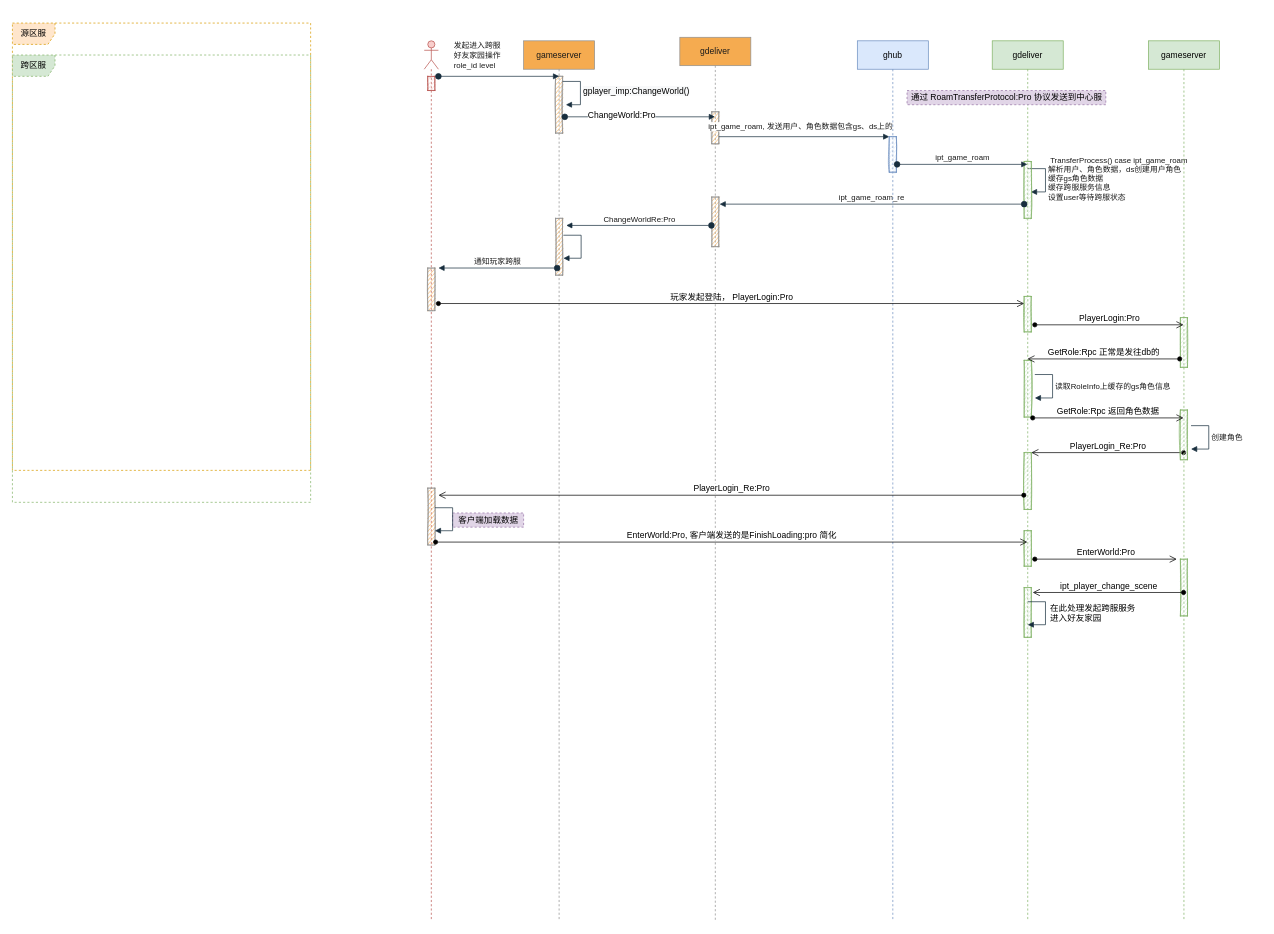
Above: page "家园跨服流程" (13 of 13) of i-server.drawio in hsoul/lqua (draw.io), before the change. Source tidied: cells renumbered, new cells numbered last; positions are measured from the earlier drawing's top-left corner, leaving out a move shared by most shapes. Both pictures are drawn from the tidied source at 71%, with x=0, y=0 at pixel (12, 23).
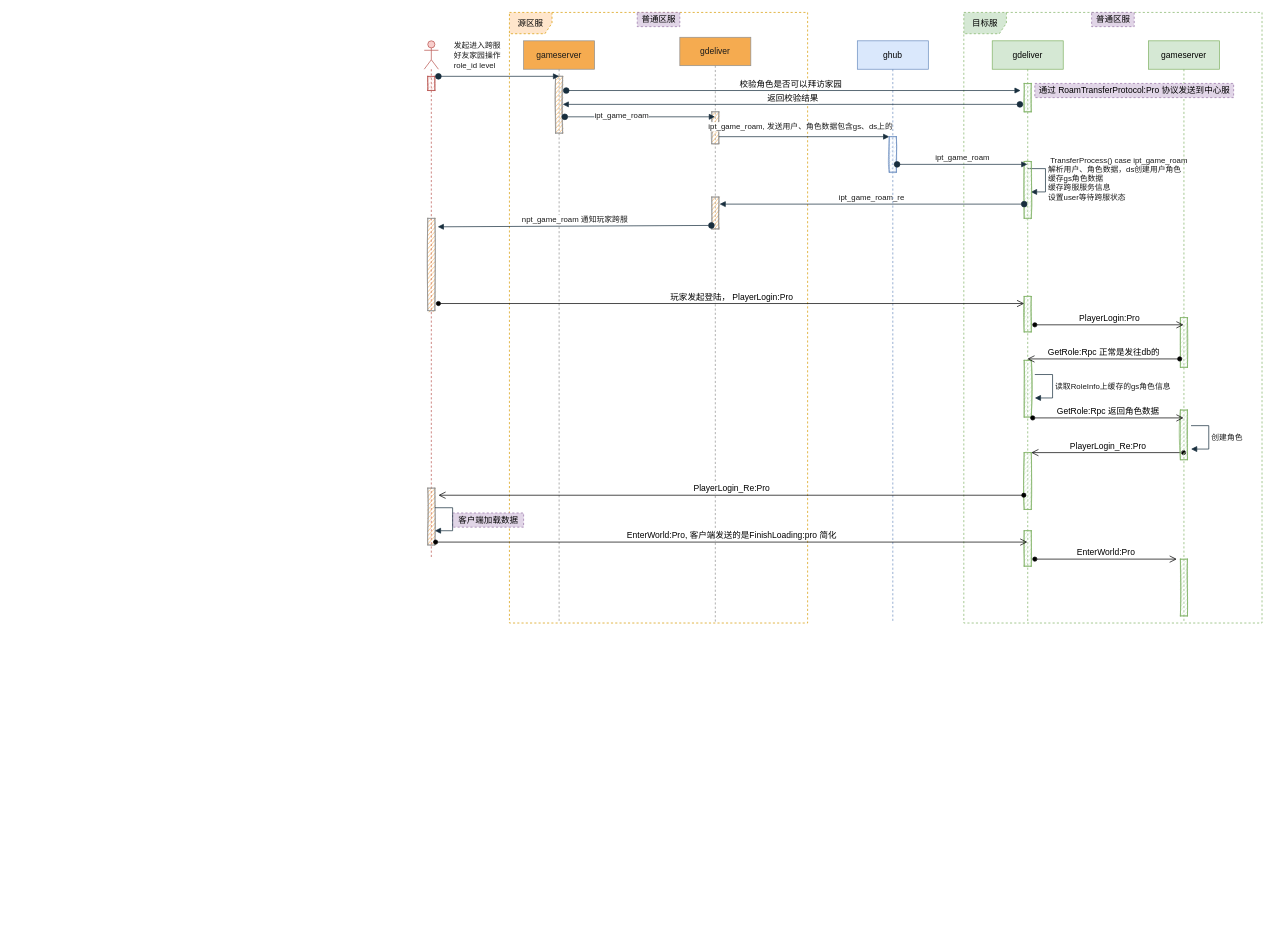
The same diagram, later.

Unchanged cells that the change refers to:
```xml
<mxCell id="37" style="html=1;verticalAlign=bottom;startArrow=oval;startFill=1;endArrow=block;startSize=8;strokeColor=#182E3E;fontColor=#1A1A1A;exitX=1.3;exitY=0.713;exitDx=0;exitDy=0;exitPerimeter=0;" parent="1" edge="1" source="5" target="7">
  <mxGeometry relative="1" as="geometry" />
</mxCell>
```

The edit, as a diff of the source:
```diff
@@
     <mxCell id="2" value="源区服" style="shape=umlFrame;whiteSpace=wrap;html=1;rounded=1;glass=0;sketch=0;strokeColor=#d79b00;fillColor=#ffe6cc;dashed=1;" parent="1" vertex="1">
-      <mxGeometry width="420" height="630" as="geometry" />
+      <mxGeometry x="700" y="-15" width="420" height="860" as="geometry" />
     </mxCell>
-    <mxCell id="3" value="跨区服" style="shape=umlFrame;whiteSpace=wrap;html=1;rounded=1;glass=0;sketch=0;strokeColor=#82b366;fillColor=#d5e8d4;dashed=1;" parent="1" vertex="1">
-      <mxGeometry y="45" width="420" height="630" as="geometry" />
+    <mxCell id="3" value="目标服" style="shape=umlFrame;whiteSpace=wrap;html=1;rounded=1;glass=0;sketch=0;strokeColor=#82b366;fillColor=#d5e8d4;dashed=1;" parent="1" vertex="1">
+      <mxGeometry x="1340" y="-15" width="420" height="860" as="geometry" />
     </mxCell>
     <mxCell id="4" value="gameserver" style="shape=umlLifeline;perimeter=lifelinePerimeter;whiteSpace=wrap;html=1;rounded=0;sketch=0;strokeColor=#909090;fillColor=#F5AB50;fontColor=#1A1A1A;" parent="1" vertex="1">
-      <mxGeometry x="720" y="25" width="100" height="1240" as="geometry" />
+      <mxGeometry x="720" y="25" width="100" height="820" as="geometry" />
     </mxCell>
@@
-    <mxCell id="6" style="html=1;perimeter=orthogonalPerimeter;rounded=0;sketch=1;strokeColor=#909090;fillColor=#F5AB50;fontColor=#1A1A1A;" parent="4" vertex="1">
-      <mxGeometry x="45" y="250" width="10" height="80" as="geometry" />
-    </mxCell>
     <mxCell id="7" value="gdeliver" style="shape=umlLifeline;perimeter=lifelinePerimeter;whiteSpace=wrap;html=1;outlineConnect=0;rounded=0;sketch=0;strokeColor=#909090;fillColor=#F5AB50;fontColor=#1A1A1A;" parent="1" vertex="1">
-      <mxGeometry x="940" y="20" width="100" height="1245" as="geometry" />
+      <mxGeometry x="940" y="20" width="100" height="825" as="geometry" />
     </mxCell>
     <mxCell id="8" style="html=1;perimeter=orthogonalPerimeter;rounded=0;sketch=1;strokeColor=#909090;fillColor=#F5AB50;fontColor=#1A1A1A;" parent="7" vertex="1">
-      <mxGeometry x="45" y="225" width="10" height="70" as="geometry" />
+      <mxGeometry x="45" y="225" width="10" height="45" as="geometry" />
     </mxCell>
@@
     <mxCell id="13" value="gdeliver" style="shape=umlLifeline;perimeter=lifelinePerimeter;whiteSpace=wrap;html=1;outlineConnect=0;rounded=0;sketch=0;strokeColor=#82b366;fillColor=#d5e8d4;" parent="1" vertex="1">
-      <mxGeometry x="1380" y="25" width="100" height="1240" as="geometry" />
+      <mxGeometry x="1380" y="25" width="100" height="820" as="geometry" />
     </mxCell>
@@
-    <mxCell id="21" style="html=1;points=[];perimeter=orthogonalPerimeter;rounded=0;sketch=1;strokeColor=#82b366;fillColor=#d5e8d4;" parent="13" vertex="1">
-      <mxGeometry x="45" y="770" width="10" height="70" as="geometry" />
-    </mxCell>
+    <mxCell id="56" style="html=1;perimeter=orthogonalPerimeter;rounded=0;sketch=1;strokeColor=#82b366;fillColor=#d5e8d4;" parent="13" vertex="1">
+      <mxGeometry x="45" y="60" width="10" height="40" as="geometry" />
+    </mxCell>
     <mxCell id="22" value="gameserver" style="shape=umlLifeline;perimeter=lifelinePerimeter;whiteSpace=wrap;html=1;outlineConnect=0;rounded=0;sketch=0;strokeColor=#82b366;fillColor=#d5e8d4;" parent="1" vertex="1">
-      <mxGeometry x="1600" y="25" width="100" height="1240" as="geometry" />
+      <mxGeometry x="1600" y="25" width="100" height="820" as="geometry" />
     </mxCell>
@@
     <mxCell id="26" value="ghub" style="shape=umlLifeline;perimeter=lifelinePerimeter;whiteSpace=wrap;html=1;rounded=0;sketch=0;strokeColor=#6c8ebf;fillColor=#dae8fc;" parent="1" vertex="1">
-      <mxGeometry x="1190" y="25" width="100" height="1240" as="geometry" />
+      <mxGeometry x="1190" y="25" width="100" height="820" as="geometry" />
     </mxCell>
@@
     <mxCell id="29" value="通过 RoamTransferProtocol:Pro 协议发送到中心服" style="text;html=1;align=center;verticalAlign=middle;fillColor=#e1d5e7;rounded=0;glass=0;dashed=1;sketch=0;strokeColor=#9673a6;" parent="1" vertex="1">
-      <mxGeometry x="1260" y="95" width="280" height="20" as="geometry" />
+      <mxGeometry x="1440" y="85" width="280" height="20" as="geometry" />
     </mxCell>
     <mxCell id="30" style="shape=umlLifeline;participant=umlActor;perimeter=lifelinePerimeter;whiteSpace=wrap;html=1;verticalAlign=top;spacingTop=36;rounded=0;sketch=0;strokeColor=#b85450;fillColor=#f8cecc;" parent="1" vertex="1">
-      <mxGeometry x="580" y="25" width="20" height="1240" as="geometry" />
+      <mxGeometry x="580" y="25" width="20" height="730" as="geometry" />
     </mxCell>
@@
     <mxCell id="32" style="html=1;points=[];perimeter=orthogonalPerimeter;rounded=0;sketch=1;strokeColor=#909090;fillColor=#F5AB50;fontColor=#1A1A1A;" parent="30" vertex="1">
-      <mxGeometry x="5" y="320" width="10" height="60" as="geometry" />
+      <mxGeometry x="5" y="250" width="10" height="130" as="geometry" />
     </mxCell>
@@
-    <mxCell id="38" value="ChangeWorld:Pro" style="edgeLabel;html=1;align=center;verticalAlign=middle;fontSize=12;" parent="37" vertex="1">
+    <mxCell id="38" value="&lt;span style=&quot;color: rgb(26 , 26 , 26) ; font-size: 11px&quot;&gt;ipt_game_roam&lt;/span&gt;" style="edgeLabel;html=1;align=center;verticalAlign=middle;fontSize=12;" parent="37" vertex="1">
       <mxGeometry x="-0.25" y="3" relative="1" as="geometry" />
     </mxCell>
-    <mxCell id="39" value="&lt;span style=&quot;color: rgb(0 , 0 , 0) ; font-size: 12px ; text-align: center ; background-color: rgb(248 , 249 , 250)&quot;&gt;gplayer_imp:ChangeWorld()&lt;/span&gt;" style="edgeStyle=orthogonalEdgeStyle;html=1;align=left;spacingLeft=2;endArrow=block;rounded=0;strokeColor=#182E3E;fontColor=#1A1A1A;entryX=1.45;entryY=0.66;entryDx=0;entryDy=0;entryPerimeter=0;" parent="1" edge="1">
-      <mxGeometry relative="1" as="geometry">
-        <mxPoint x="775" y="82.2" as="sourcePoint" />
-        <mxPoint x="779.5" y="115" as="targetPoint" />
-        <Array as="points">
-          <mxPoint x="800" y="82.2" />
-          <mxPoint x="800" y="115.2" />
-        </Array>
-      </mxGeometry>
-    </mxCell>
-    <mxCell id="40" value="ChangeWorldRe:Pro" style="html=1;verticalAlign=bottom;startArrow=oval;endArrow=block;startSize=8;strokeColor=#182E3E;fontColor=#1A1A1A;exitX=1.2;exitY=0.62;exitDx=0;exitDy=0;exitPerimeter=0;" parent="1" edge="1">
+    <mxCell id="40" value="npt_game_roam 通知玩家跨服" style="html=1;verticalAlign=bottom;startArrow=oval;endArrow=block;startSize=8;strokeColor=#182E3E;fontColor=#1A1A1A;exitX=1.2;exitY=0.62;exitDx=0;exitDy=0;exitPerimeter=0;entryX=1.4;entryY=0.092;entryDx=0;entryDy=0;entryPerimeter=0;" parent="1" edge="1" target="32">
       <mxGeometry relative="1" as="geometry">
         <mxPoint x="984.5" y="285" as="sourcePoint" />
-        <mxPoint x="780" y="285" as="targetPoint" />
       </mxGeometry>
     </mxCell>
-    <mxCell id="41" style="edgeStyle=orthogonalEdgeStyle;html=1;align=left;spacingLeft=2;endArrow=block;rounded=0;strokeColor=#182E3E;fontColor=#1A1A1A;" parent="1" edge="1">
-      <mxGeometry relative="1" as="geometry">
-        <mxPoint x="776" y="298.8" as="sourcePoint" />
-        <mxPoint x="776" y="331.2" as="targetPoint" />
-        <Array as="points">
-          <mxPoint x="801" y="298.8" />
-          <mxPoint x="801" y="331.8" />
-        </Array>
-      </mxGeometry>
-    </mxCell>
-    <mxCell id="42" value="通知玩家跨服" style="html=1;verticalAlign=bottom;startArrow=oval;endArrow=block;startSize=8;strokeColor=#182E3E;fontColor=#1A1A1A;exitX=1.2;exitY=0.62;exitDx=0;exitDy=0;exitPerimeter=0;" parent="1" edge="1">
-      <mxGeometry relative="1" as="geometry">
-        <mxPoint x="767.2" y="345" as="sourcePoint" />
-        <mxPoint x="600" y="345" as="targetPoint" />
-      </mxGeometry>
-    </mxCell>
@@
-    <mxCell id="53" value="ipt_player_change_scene" style="html=1;verticalAlign=bottom;startArrow=oval;startFill=1;endArrow=open;startSize=6;endSize=8;fontSize=12;align=center;entryX=1.2;entryY=0.1;entryDx=0;entryDy=0;entryPerimeter=0;" parent="1" edge="1" source="22" target="21">
-      <mxGeometry relative="1" as="geometry" />
-    </mxCell>
-    <mxCell id="54" style="edgeStyle=orthogonalEdgeStyle;html=1;align=left;spacingLeft=2;endArrow=block;rounded=0;strokeColor=#182E3E;fontColor=#1A1A1A;" parent="1" edge="1">
-      <mxGeometry relative="1" as="geometry">
-        <mxPoint x="1430" y="815" as="sourcePoint" />
-        <mxPoint x="1430" y="847.4" as="targetPoint" />
-        <Array as="points">
-          <mxPoint x="1455" y="815" />
-          <mxPoint x="1455" y="848" />
-        </Array>
-      </mxGeometry>
-    </mxCell>
-    <mxCell id="55" value="在此处理发起跨服服务&lt;br&gt;进入好友家园" style="edgeLabel;html=1;align=left;verticalAlign=middle;fontSize=12;" parent="54" vertex="1">
-      <mxGeometry x="0.24" y="2" relative="1" as="geometry">
-        <mxPoint x="3" y="-11" as="offset" />
-      </mxGeometry>
-    </mxCell>
+    <mxCell id="57" style="html=1;verticalAlign=bottom;startArrow=oval;startFill=1;endArrow=block;startSize=8;strokeColor=#182E3E;fontColor=#1A1A1A;align=center;" parent="1" edge="1">
+      <mxGeometry x="-0.41" y="10" relative="1" as="geometry">
+        <mxPoint x="780" y="95" as="sourcePoint" />
+        <mxPoint x="1420" y="95" as="targetPoint" />
+      </mxGeometry>
+    </mxCell>
+    <mxCell id="58" value="校验角色是否可以拜访家园" style="edgeLabel;html=1;align=center;verticalAlign=middle;fontSize=12;" parent="57" vertex="1">
+      <mxGeometry x="-0.19" y="2" relative="1" as="geometry">
+        <mxPoint x="56" y="-8" as="offset" />
+      </mxGeometry>
+    </mxCell>
+    <mxCell id="59" style="html=1;verticalAlign=bottom;startArrow=oval;startFill=1;endArrow=block;startSize=8;strokeColor=#182E3E;fontColor=#1A1A1A;align=center;entryX=1.2;entryY=0.475;entryDx=0;entryDy=0;entryPerimeter=0;exitX=-0.4;exitY=0.7;exitDx=0;exitDy=0;exitPerimeter=0;" parent="1" edge="1">
+      <mxGeometry x="-0.41" y="10" relative="1" as="geometry">
+        <mxPoint x="1419" y="114.5" as="sourcePoint" />
+        <mxPoint x="775" y="114.5" as="targetPoint" />
+      </mxGeometry>
+    </mxCell>
+    <mxCell id="60" value="返回校验结果" style="edgeLabel;html=1;align=center;verticalAlign=middle;fontSize=12;" parent="59" vertex="1">
+      <mxGeometry x="-0.19" y="2" relative="1" as="geometry">
+        <mxPoint x="-60" y="-11" as="offset" />
+      </mxGeometry>
+    </mxCell>
+    <mxCell id="61" value="普通区服" style="text;html=1;align=center;verticalAlign=middle;fillColor=#e1d5e7;rounded=0;glass=0;dashed=1;sketch=0;strokeColor=#9673a6;" parent="1" vertex="1">
+      <mxGeometry x="1520" y="-15" width="60" height="20" as="geometry" />
+    </mxCell>
+    <mxCell id="62" value="普通区服" style="text;html=1;align=center;verticalAlign=middle;fillColor=#e1d5e7;rounded=0;glass=0;dashed=1;sketch=0;strokeColor=#9673a6;" parent="1" vertex="1">
+      <mxGeometry x="880" y="-15" width="60" height="20" as="geometry" />
+    </mxCell>
```
